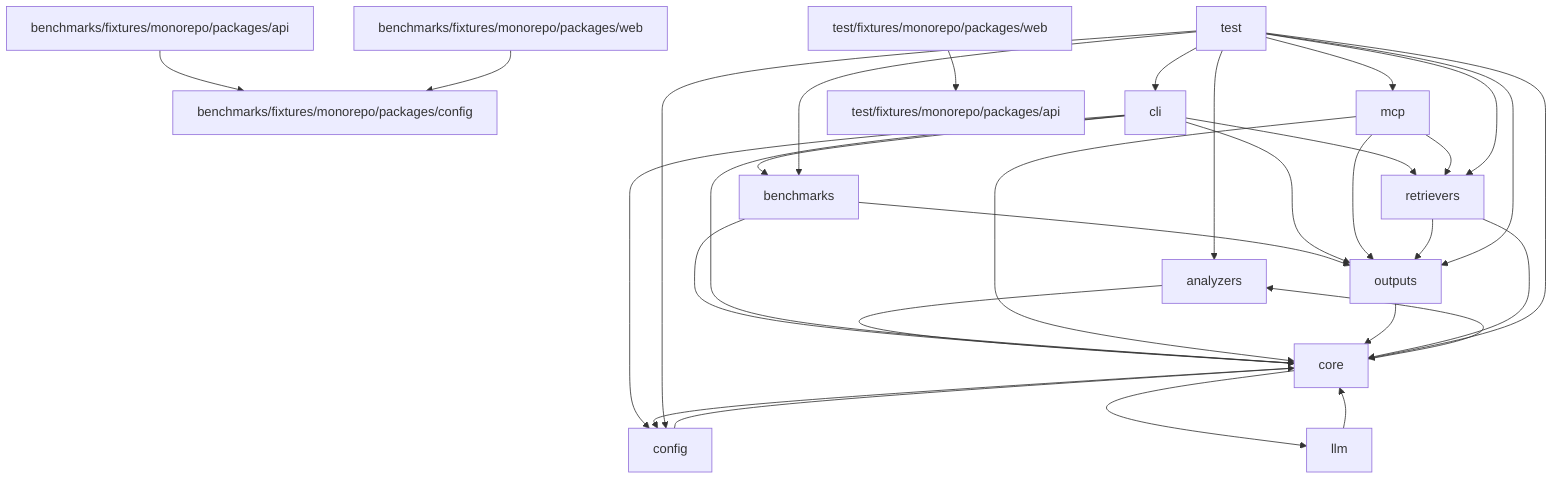
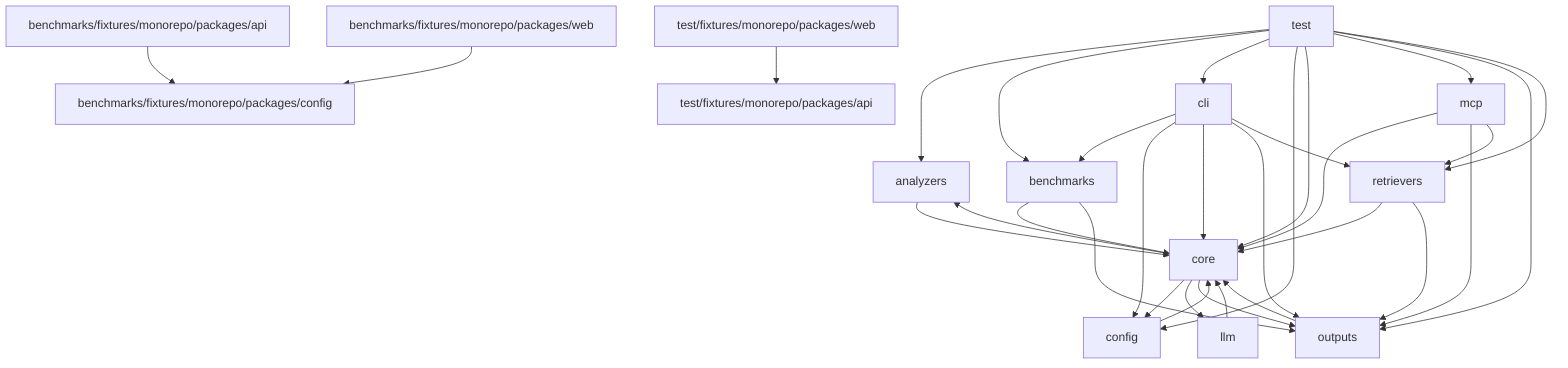
graph TD
  analyzers["analyzers"] --> core["core"]
  benchmarks["benchmarks"] --> core["core"]
  benchmarks["benchmarks"] --> outputs["outputs"]
  benchmarks_fixtures_monorepo_packages_api["benchmarks/fixtures/monorepo/packages/api"] --> benchmarks_fixtures_monorepo_packages_config["benchmarks/fixtures/monorepo/packages/config"]
  benchmarks_fixtures_monorepo_packages_web["benchmarks/fixtures/monorepo/packages/web"] --> benchmarks_fixtures_monorepo_packages_config["benchmarks/fixtures/monorepo/packages/config"]
  cli["cli"] --> benchmarks["benchmarks"]
  cli["cli"] --> config["config"]
  cli["cli"] --> core["core"]
  cli["cli"] --> outputs["outputs"]
  cli["cli"] --> retrievers["retrievers"]
  config["config"] --> core["core"]
  core["core"] --> analyzers["analyzers"]
  core["core"] --> config["config"]
  core["core"] --> llm["llm"]
+   core["core"] --> outputs["outputs"]
  llm["llm"] --> core["core"]
  mcp["mcp"] --> core["core"]
  mcp["mcp"] --> outputs["outputs"]
  mcp["mcp"] --> retrievers["retrievers"]
  outputs["outputs"] --> core["core"]
  retrievers["retrievers"] --> core["core"]
  retrievers["retrievers"] --> outputs["outputs"]
  test["test"] --> analyzers["analyzers"]
  test["test"] --> benchmarks["benchmarks"]
  test["test"] --> cli["cli"]
  test["test"] --> config["config"]
  test["test"] --> core["core"]
  test["test"] --> mcp["mcp"]
  test["test"] --> outputs["outputs"]
  test["test"] --> retrievers["retrievers"]
  test_fixtures_monorepo_packages_web["test/fixtures/monorepo/packages/web"] --> test_fixtures_monorepo_packages_api["test/fixtures/monorepo/packages/api"]
